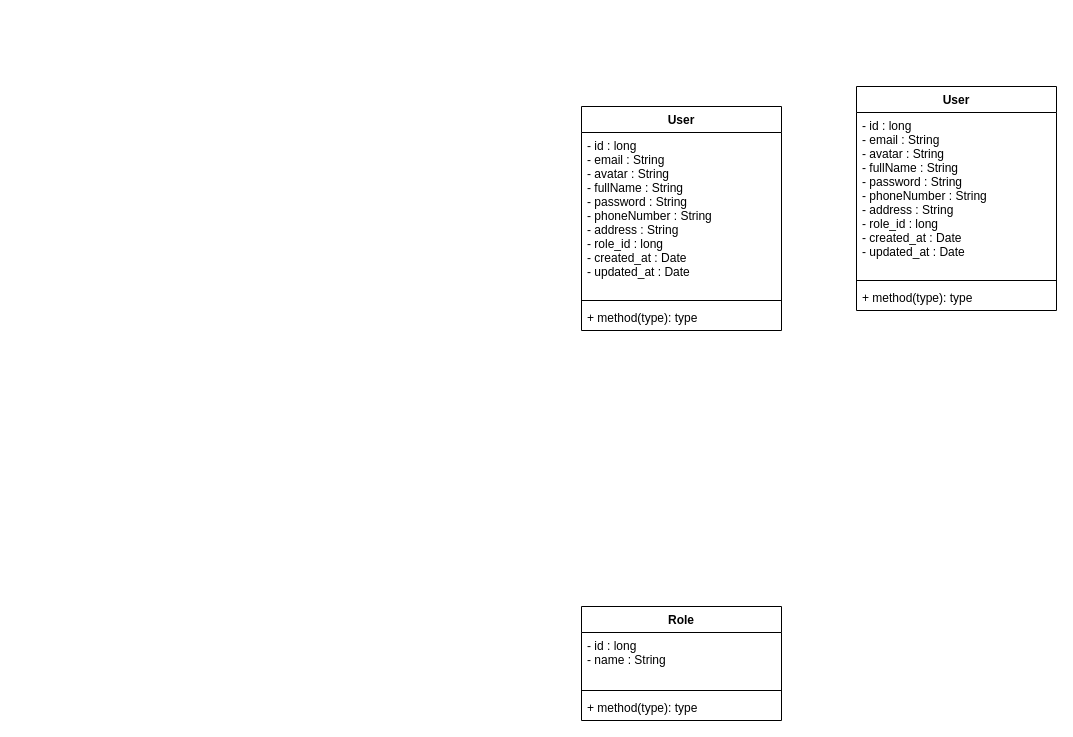
Before: ToeicTestSystemManagementProjectDiagram.drawio in SangSama/ToeicTestSystemManagementProject, a draw.io diagram. Source tidied: cells renumbered, new cells numbered last; positions are measured from the earlier drawing's top-left corner, leaving out a move shared by most shapes. Both pictures are drawn from the tidied source at 100%, with x=0, y=0 at pixel (581, 86).
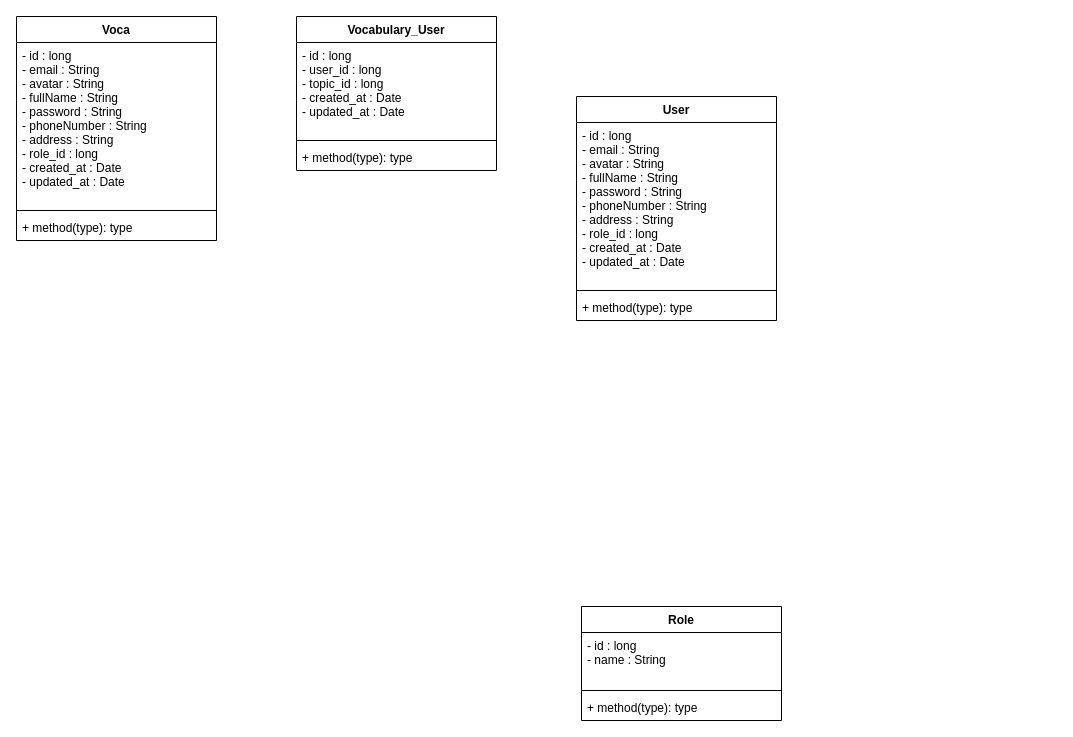
The same diagram, later.

The edit, as a diff of the source:
```diff
@@
 <mxGraphModel>
   <root>
     <mxCell id="0" />
     <mxCell id="1" parent="0" />
     <mxCell id="2" value="User" style="swimlane;fontStyle=1;align=center;verticalAlign=top;horizontal=1;startSize=26;glass=0;" parent="1" vertex="1">
-      <mxGeometry y="20" width="200" height="224" as="geometry" />
+      <mxGeometry x="-5" y="10" width="200" height="224" as="geometry" />
     </mxCell>
     <mxCell id="3" value="- id : long&#10;- email : String&#10;- avatar : String&#10;- fullName : String&#10;- password : String&#10;- phoneNumber : String&#10;- address : String&#10;- role_id : long&#10;- created_at : Date&#10;- updated_at : Date" style="text;strokeColor=none;fillColor=none;align=left;verticalAlign=top;spacingLeft=4;spacingRight=4;overflow=hidden;" parent="2" vertex="1">
       <mxGeometry y="26" width="200" height="164" as="geometry" />
     </mxCell>
     <mxCell id="4" style="line;strokeWidth=1;fillColor=none;align=left;verticalAlign=middle;spacingTop=-1;spacingLeft=3;spacingRight=3;labelPosition=right;" parent="2" vertex="1">
       <mxGeometry y="190" width="200" height="8" as="geometry" />
     </mxCell>
     <mxCell id="5" value="+ method(type): type" style="text;strokeColor=none;fillColor=none;align=left;verticalAlign=top;spacingLeft=4;spacingRight=4;overflow=hidden;" parent="2" vertex="1">
       <mxGeometry y="198" width="200" height="26" as="geometry" />
     </mxCell>
     <mxCell id="6" value="Role" style="swimlane;fontStyle=1;align=center;verticalAlign=top;horizontal=1;startSize=26;glass=0;" parent="1" vertex="1">
       <mxGeometry y="520" width="200" height="114" as="geometry" />
     </mxCell>
     <mxCell id="7" value="- id : long&#10;- name : String" style="text;strokeColor=none;fillColor=none;align=left;verticalAlign=top;spacingLeft=4;spacingRight=4;overflow=hidden;" parent="6" vertex="1">
       <mxGeometry y="26" width="200" height="54" as="geometry" />
     </mxCell>
     <mxCell id="8" style="line;strokeWidth=1;fillColor=none;align=left;verticalAlign=middle;spacingTop=-1;spacingLeft=3;spacingRight=3;labelPosition=right;" parent="6" vertex="1">
       <mxGeometry y="80" width="200" height="8" as="geometry" />
     </mxCell>
     <mxCell id="9" value="+ method(type): type" style="text;strokeColor=none;fillColor=none;align=left;verticalAlign=top;spacingLeft=4;spacingRight=4;overflow=hidden;" parent="6" vertex="1">
       <mxGeometry y="88" width="200" height="26" as="geometry" />
     </mxCell>
-    <mxCell id="10" value="User" style="swimlane;fontStyle=1;align=center;verticalAlign=top;horizontal=1;startSize=26;glass=0;" parent="1" vertex="1">
-      <mxGeometry x="275" width="200" height="224" as="geometry" />
+    <mxCell id="10" value="Vocabulary_User" style="swimlane;fontStyle=1;align=center;verticalAlign=top;horizontal=1;startSize=26;glass=0;" parent="1" vertex="1">
+      <mxGeometry x="-285" y="-70" width="200" height="154" as="geometry" />
     </mxCell>
-    <mxCell id="11" value="- id : long&#10;- email : String&#10;- avatar : String&#10;- fullName : String&#10;- password : String&#10;- phoneNumber : String&#10;- address : String&#10;- role_id : long&#10;- created_at : Date&#10;- updated_at : Date" style="text;strokeColor=none;fillColor=none;align=left;verticalAlign=top;spacingLeft=4;spacingRight=4;overflow=hidden;" parent="10" vertex="1">
-      <mxGeometry y="26" width="200" height="164" as="geometry" />
+    <mxCell id="11" value="- id : long&#10;- user_id : long&#10;- topic_id : long&#10;- created_at : Date&#10;- updated_at : Date" style="text;strokeColor=none;fillColor=none;align=left;verticalAlign=top;spacingLeft=4;spacingRight=4;overflow=hidden;" parent="10" vertex="1">
+      <mxGeometry y="26" width="200" height="94" as="geometry" />
     </mxCell>
     <mxCell id="12" style="line;strokeWidth=1;fillColor=none;align=left;verticalAlign=middle;spacingTop=-1;spacingLeft=3;spacingRight=3;labelPosition=right;" parent="10" vertex="1">
-      <mxGeometry y="190" width="200" height="8" as="geometry" />
+      <mxGeometry y="120" width="200" height="8" as="geometry" />
     </mxCell>
     <mxCell id="13" value="+ method(type): type" style="text;strokeColor=none;fillColor=none;align=left;verticalAlign=top;spacingLeft=4;spacingRight=4;overflow=hidden;" parent="10" vertex="1">
-      <mxGeometry y="198" width="200" height="26" as="geometry" />
+      <mxGeometry y="128" width="200" height="26" as="geometry" />
     </mxCell>
+    <mxCell id="14" value="Voca" style="swimlane;fontStyle=1;align=center;verticalAlign=top;horizontal=1;startSize=26;glass=0;" parent="1" vertex="1">
+      <mxGeometry x="-565" y="-70" width="200" height="224" as="geometry" />
+    </mxCell>
+    <mxCell id="15" value="- id : long&#10;- email : String&#10;- avatar : String&#10;- fullName : String&#10;- password : String&#10;- phoneNumber : String&#10;- address : String&#10;- role_id : long&#10;- created_at : Date&#10;- updated_at : Date" style="text;strokeColor=none;fillColor=none;align=left;verticalAlign=top;spacingLeft=4;spacingRight=4;overflow=hidden;" parent="14" vertex="1">
+      <mxGeometry y="26" width="200" height="164" as="geometry" />
+    </mxCell>
+    <mxCell id="16" style="line;strokeWidth=1;fillColor=none;align=left;verticalAlign=middle;spacingTop=-1;spacingLeft=3;spacingRight=3;labelPosition=right;" parent="14" vertex="1">
+      <mxGeometry y="190" width="200" height="8" as="geometry" />
+    </mxCell>
+    <mxCell id="17" value="+ method(type): type" style="text;strokeColor=none;fillColor=none;align=left;verticalAlign=top;spacingLeft=4;spacingRight=4;overflow=hidden;" parent="14" vertex="1">
+      <mxGeometry y="198" width="200" height="26" as="geometry" />
+    </mxCell>
   </root>
 </mxGraphModel>
```
